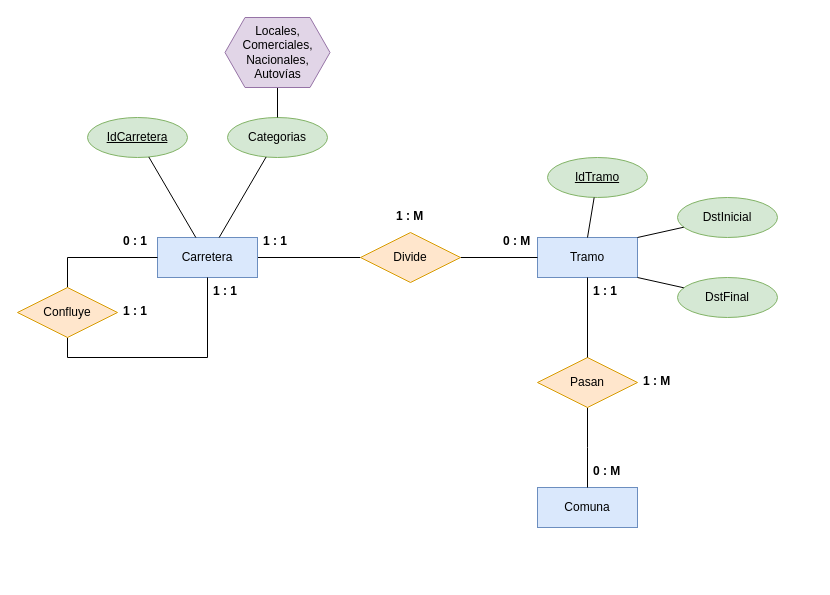
AngelDavidStudios/Diagramas_BdD_1 keeps this draw.io diagram as Progreso_1/TareaGrupal_P1_Diagrama_2.drawio. Above is the earlier version. Source tidied: cells renumbered, new cells numbered last; positions are measured from the earlier drawing's top-left corner, leaving out a move shared by most shapes. Both pictures are drawn from the tidied source at 100%, with x=0, y=0 at pixel (17, 17).
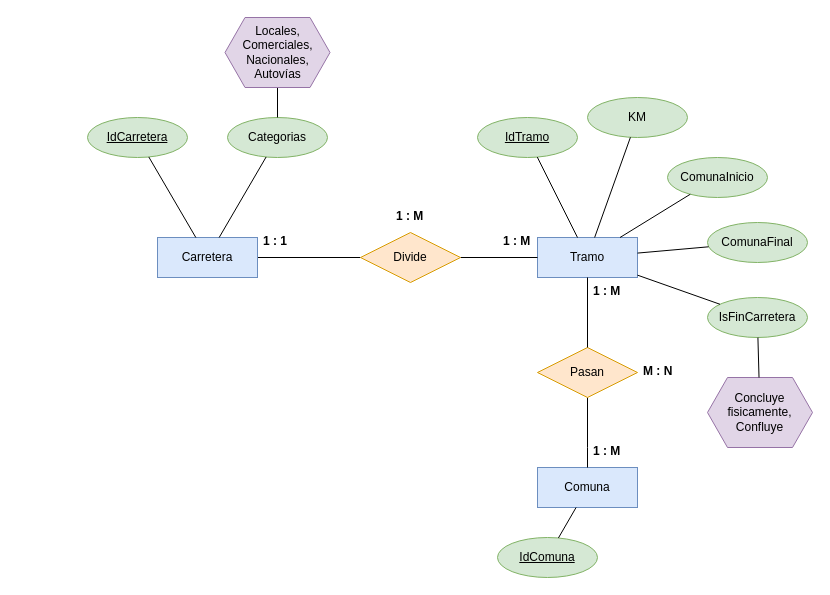
The same diagram, later.

Unchanged cells that the change refers to:
```xml
<mxCell id="3" value="Carretera" style="whiteSpace=wrap;html=1;align=center;fillColor=#dae8fc;strokeColor=#6c8ebf;" parent="1" vertex="1">
  <mxGeometry x="140" y="220" width="100" height="40" as="geometry" />
</mxCell>
<mxCell id="4" value="Tramo" style="whiteSpace=wrap;html=1;align=center;fillColor=#dae8fc;strokeColor=#6c8ebf;" parent="1" vertex="1">
  <mxGeometry x="520" y="220" width="100" height="40" as="geometry" />
</mxCell>
<mxCell id="6" value="Categorias" style="ellipse;whiteSpace=wrap;html=1;align=center;fillColor=#d5e8d4;strokeColor=#82b366;" parent="1" vertex="1">
  <mxGeometry x="210" y="100" width="100" height="40" as="geometry" />
</mxCell>
```

Change to the diagram source:
```diff
@@
     <mxCell id="5" value="Comuna" style="whiteSpace=wrap;html=1;align=center;fillColor=#dae8fc;strokeColor=#6c8ebf;" parent="1" vertex="1">
-      <mxGeometry x="520" y="470" width="100" height="40" as="geometry" />
+      <mxGeometry x="520" y="450" width="100" height="40" as="geometry" />
     </mxCell>
@@
-    <mxCell id="13" value="0 : M" style="text;strokeColor=none;fillColor=none;spacingLeft=4;spacingRight=4;overflow=hidden;fontSize=12;whiteSpace=wrap;html=1;fontStyle=1;" parent="1" vertex="1">
+    <mxCell id="13" value="1 : M" style="text;strokeColor=none;fillColor=none;spacingLeft=4;spacingRight=4;overflow=hidden;fontSize=12;whiteSpace=wrap;html=1;fontStyle=1;" parent="1" vertex="1">
       <mxGeometry x="480" y="210" width="40" height="30" as="geometry" />
     </mxCell>
@@
     <mxCell id="16" value="Pasan" style="shape=rhombus;perimeter=rhombusPerimeter;whiteSpace=wrap;html=1;align=center;fillColor=#ffe6cc;strokeColor=#d79b00;" parent="1" vertex="1">
-      <mxGeometry x="520" y="340" width="100" height="50" as="geometry" />
+      <mxGeometry x="520" y="330" width="100" height="50" as="geometry" />
     </mxCell>
@@
-    <mxCell id="18" value="1 : M" style="text;strokeColor=none;fillColor=none;spacingLeft=4;spacingRight=4;overflow=hidden;fontSize=12;whiteSpace=wrap;html=1;fontStyle=1;" parent="1" vertex="1">
-      <mxGeometry x="620" y="350" width="40" height="30" as="geometry" />
+    <mxCell id="18" value="M : N" style="text;strokeColor=none;fillColor=none;spacingLeft=4;spacingRight=4;overflow=hidden;fontSize=12;whiteSpace=wrap;html=1;fontStyle=1;" parent="1" vertex="1">
+      <mxGeometry x="620" y="340" width="40" height="30" as="geometry" />
     </mxCell>
-    <mxCell id="19" value="DstInicial" style="ellipse;whiteSpace=wrap;html=1;align=center;fillColor=#d5e8d4;strokeColor=#82b366;" parent="1" vertex="1">
-      <mxGeometry x="660" y="180" width="100" height="40" as="geometry" />
+    <mxCell id="19" value="KM" style="ellipse;whiteSpace=wrap;html=1;align=center;fillColor=#d5e8d4;strokeColor=#82b366;" parent="1" vertex="1">
+      <mxGeometry x="570" y="80" width="100" height="40" as="geometry" />
     </mxCell>
     <mxCell id="20" value="IdTramo" style="ellipse;whiteSpace=wrap;html=1;align=center;fontStyle=4;fillColor=#d5e8d4;strokeColor=#82b366;" parent="1" vertex="1">
-      <mxGeometry x="530" y="140" width="100" height="40" as="geometry" />
+      <mxGeometry x="460" y="100" width="100" height="40" as="geometry" />
     </mxCell>
-    <mxCell id="21" value="DstFinal" style="ellipse;whiteSpace=wrap;html=1;align=center;fillColor=#d5e8d4;strokeColor=#82b366;" parent="1" vertex="1">
-      <mxGeometry x="660" y="260" width="100" height="40" as="geometry" />
+    <mxCell id="21" value="ComunaInicio" style="ellipse;whiteSpace=wrap;html=1;align=center;fillColor=#d5e8d4;strokeColor=#82b366;" parent="1" vertex="1">
+      <mxGeometry x="650" y="140" width="100" height="40" as="geometry" />
     </mxCell>
-    <mxCell id="22" style="endArrow=none;html=1;rounded=0;exitX=0.5;exitY=0;exitDx=0;exitDy=0;" parent="1" edge="1" source="4" target="20">
+    <mxCell id="22" style="endArrow=none;html=1;rounded=0;" parent="1" edge="1" source="4" target="20">
       <mxGeometry relative="1" as="geometry" />
     </mxCell>
-    <mxCell id="23" style="endArrow=none;html=1;rounded=0;exitX=1;exitY=0;exitDx=0;exitDy=0;" parent="1" edge="1" source="4" target="19">
+    <mxCell id="23" style="endArrow=none;html=1;rounded=0;" parent="1" edge="1" source="4" target="19">
       <mxGeometry relative="1" as="geometry" />
     </mxCell>
-    <mxCell id="24" style="endArrow=none;html=1;rounded=0;exitX=1;exitY=1;exitDx=0;exitDy=0;" parent="1" edge="1" source="4" target="21">
+    <mxCell id="24" style="endArrow=none;html=1;rounded=0;" parent="1" edge="1" source="4" target="21">
       <mxGeometry relative="1" as="geometry" />
     </mxCell>
-    <mxCell id="25" value="0 : M" style="text;strokeColor=none;fillColor=none;spacingLeft=4;spacingRight=4;overflow=hidden;fontSize=12;whiteSpace=wrap;html=1;fontStyle=1;" parent="1" vertex="1">
-      <mxGeometry x="570" y="440" width="40" height="30" as="geometry" />
+    <mxCell id="25" value="1 : M" style="text;strokeColor=none;fillColor=none;spacingLeft=4;spacingRight=4;overflow=hidden;fontSize=12;whiteSpace=wrap;html=1;fontStyle=1;" parent="1" vertex="1">
+      <mxGeometry x="570" y="420" width="40" height="30" as="geometry" />
     </mxCell>
-    <mxCell id="26" value="1 : 1" style="text;strokeColor=none;fillColor=none;spacingLeft=4;spacingRight=4;overflow=hidden;fontSize=12;whiteSpace=wrap;html=1;fontStyle=1;" parent="1" vertex="1">
+    <mxCell id="26" value="1 : M" style="text;strokeColor=none;fillColor=none;spacingLeft=4;spacingRight=4;overflow=hidden;fontSize=12;whiteSpace=wrap;html=1;fontStyle=1;" parent="1" vertex="1">
       <mxGeometry x="570" y="260" width="40" height="30" as="geometry" />
     </mxCell>
-    <mxCell id="27" style="edgeStyle=orthogonalEdgeStyle;rounded=0;jettySize=auto;html=1;entryX=0;entryY=0.5;entryDx=0;entryDy=0;exitX=0.5;exitY=0;exitDx=0;exitDy=0;endArrow=none;endFill=0;" parent="1" edge="1" source="29" target="3">
-      <mxGeometry relative="1" as="geometry" />
-    </mxCell>
-    <mxCell id="28" style="edgeStyle=orthogonalEdgeStyle;rounded=0;jettySize=auto;html=1;entryX=0.5;entryY=1;entryDx=0;entryDy=0;exitX=0.5;exitY=1;exitDx=0;exitDy=0;endArrow=none;endFill=0;" parent="1" edge="1" source="29" target="3">
-      <mxGeometry relative="1" as="geometry" />
-    </mxCell>
-    <mxCell id="29" value="Confluye" style="shape=rhombus;perimeter=rhombusPerimeter;whiteSpace=wrap;html=1;align=center;fillColor=#ffe6cc;strokeColor=#d79b00;" parent="1" vertex="1">
-      <mxGeometry y="270" width="100" height="50" as="geometry" />
-    </mxCell>
-    <mxCell id="30" value="1 : 1" style="text;strokeColor=none;fillColor=none;spacingLeft=4;spacingRight=4;overflow=hidden;fontSize=12;whiteSpace=wrap;html=1;fontStyle=1;" parent="1" vertex="1">
-      <mxGeometry x="100" y="280" width="40" height="30" as="geometry" />
-    </mxCell>
-    <mxCell id="31" value="1 : 1" style="text;strokeColor=none;fillColor=none;spacingLeft=4;spacingRight=4;overflow=hidden;fontSize=12;whiteSpace=wrap;html=1;fontStyle=1;" parent="1" vertex="1">
-      <mxGeometry x="190" y="260" width="40" height="30" as="geometry" />
-    </mxCell>
-    <mxCell id="32" value="0 : 1" style="text;strokeColor=none;fillColor=none;spacingLeft=4;spacingRight=4;overflow=hidden;fontSize=12;whiteSpace=wrap;html=1;fontStyle=1;" parent="1" vertex="1">
-      <mxGeometry x="100" y="210" width="40" height="30" as="geometry" />
-    </mxCell>
+    <mxCell id="34" style="endArrow=none;html=1;rounded=0;" parent="1" edge="1" source="3" target="6">
+      <mxGeometry relative="1" as="geometry" />
+    </mxCell>
@@
-    <mxCell id="34" style="endArrow=none;html=1;rounded=0;" parent="1" edge="1" source="3" target="6">
-      <mxGeometry relative="1" as="geometry" />
-    </mxCell>
+    <mxCell id="35" value="IdComuna" style="ellipse;whiteSpace=wrap;html=1;align=center;fontStyle=4;fillColor=#d5e8d4;strokeColor=#82b366;" parent="1" vertex="1">
+      <mxGeometry x="480" y="520" width="100" height="40" as="geometry" />
+    </mxCell>
+    <mxCell id="36" style="endArrow=none;html=1;rounded=0;" parent="1" edge="1" source="35" target="5">
+      <mxGeometry relative="1" as="geometry" />
+    </mxCell>
+    <mxCell id="37" value="ComunaFinal" style="ellipse;whiteSpace=wrap;html=1;align=center;fillColor=#d5e8d4;strokeColor=#82b366;" parent="1" vertex="1">
+      <mxGeometry x="690" y="205" width="100" height="40" as="geometry" />
+    </mxCell>
+    <mxCell id="38" value="IsFinCarretera" style="ellipse;whiteSpace=wrap;html=1;align=center;fillColor=#d5e8d4;strokeColor=#82b366;" parent="1" vertex="1">
+      <mxGeometry x="690" y="280" width="100" height="40" as="geometry" />
+    </mxCell>
+    <mxCell id="39" value="Concluye fisicamente,&lt;div&gt;Confluye&lt;/div&gt;" style="shape=hexagon;perimeter=hexagonPerimeter2;whiteSpace=wrap;html=1;fixedSize=1;fillColor=#e1d5e7;strokeColor=#9673a6;" parent="1" vertex="1">
+      <mxGeometry x="690" y="360" width="105" height="70" as="geometry" />
+    </mxCell>
+    <mxCell id="40" style="endArrow=none;html=1;rounded=0;" parent="1" edge="1" source="4" target="37">
+      <mxGeometry relative="1" as="geometry" />
+    </mxCell>
+    <mxCell id="41" style="endArrow=none;html=1;rounded=0;" parent="1" edge="1" source="4" target="38">
+      <mxGeometry relative="1" as="geometry" />
+    </mxCell>
+    <mxCell id="42" style="endArrow=none;html=1;rounded=0;" parent="1" edge="1" source="39" target="38">
+      <mxGeometry relative="1" as="geometry" />
+    </mxCell>
```
